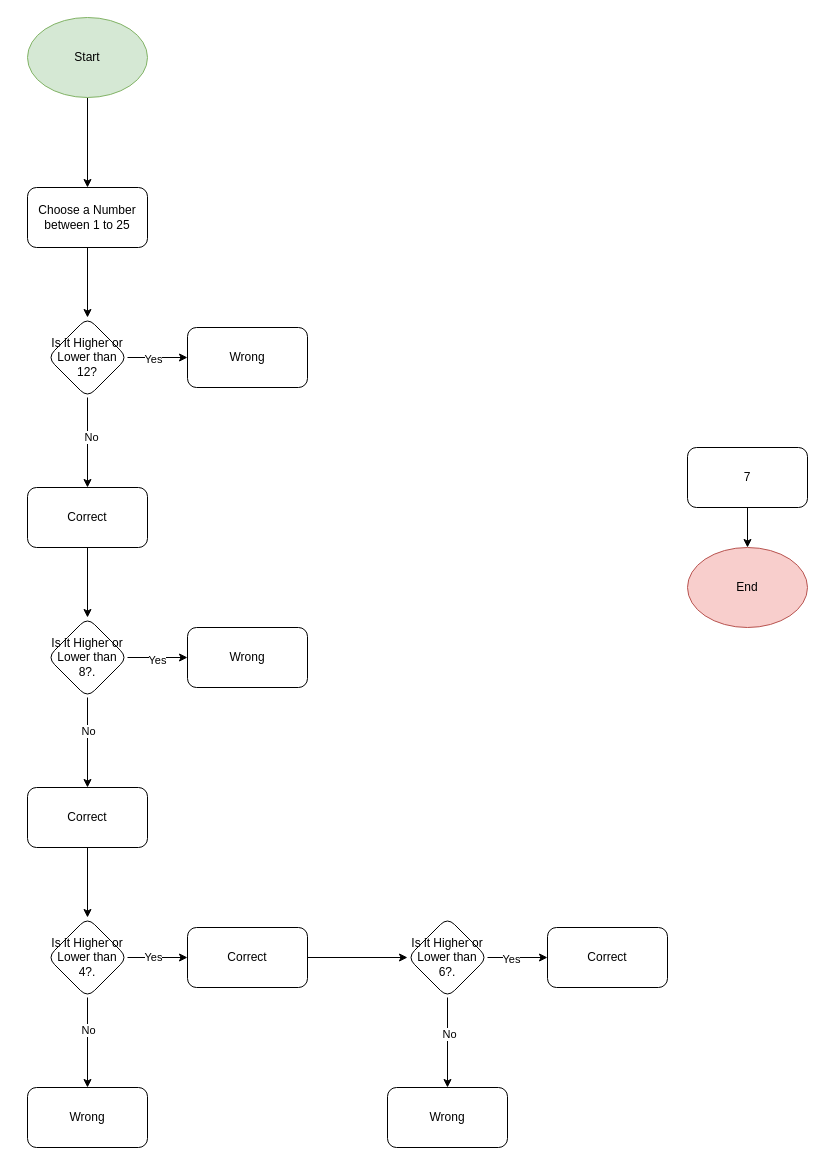
matkiai/me_and_myself keeps this draw.io diagram as Binary Search Process Diagram.drawio. Above is the earlier version. Source tidied: cells renumbered, new cells numbered last; positions are measured from the earlier drawing's top-left corner, leaving out a move shared by most shapes. Both pictures are drawn from the tidied source at 100%, with x=0, y=0 at pixel (27, 17).
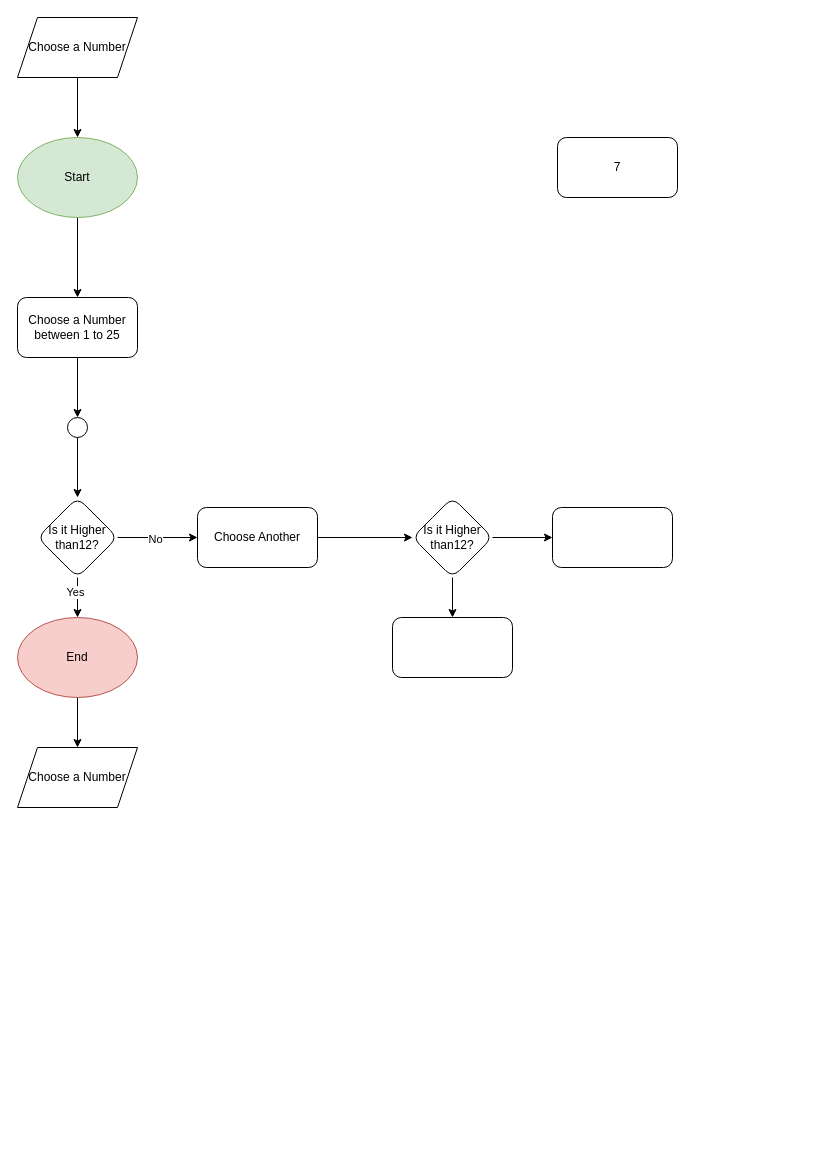
Above is the later version.

Diff of the diagram source:
```diff
@@
     <mxCell id="3" value="Start" style="ellipse;whiteSpace=wrap;html=1;fillColor=#d5e8d4;strokeColor=#82b366;" parent="1" vertex="1">
-      <mxGeometry width="120" height="80" as="geometry" />
+      <mxGeometry x="-10" y="120" width="120" height="80" as="geometry" />
     </mxCell>
-    <mxCell id="4" style="edgeStyle=orthogonalEdgeStyle;rounded=0;jettySize=auto;html=1;" parent="1" edge="1" source="5" target="13">
-      <mxGeometry relative="1" as="geometry" />
-    </mxCell>
+    <mxCell id="40" style="edgeStyle=orthogonalEdgeStyle;rounded=0;jettySize=auto;html=1;" parent="1" edge="1" source="5" target="43">
+      <mxGeometry relative="1" as="geometry" />
+    </mxCell>
     <mxCell id="5" value="Choose a Number between 1 to 25" style="rounded=1;whiteSpace=wrap;html=1;" parent="1" vertex="1">
-      <mxGeometry y="170" width="120" height="60" as="geometry" />
+      <mxGeometry x="-10" y="280" width="120" height="60" as="geometry" />
     </mxCell>
-    <mxCell id="6" style="edgeStyle=orthogonalEdgeStyle;rounded=0;jettySize=auto;html=1;" parent="1" edge="1" source="7" target="8">
-      <mxGeometry relative="1" as="geometry" />
-    </mxCell>
     <mxCell id="7" value="7" style="rounded=1;whiteSpace=wrap;html=1;" parent="1" vertex="1">
-      <mxGeometry x="660" y="430" width="120" height="60" as="geometry" />
+      <mxGeometry x="530" y="120" width="120" height="60" as="geometry" />
     </mxCell>
+    <mxCell id="41" style="edgeStyle=orthogonalEdgeStyle;rounded=0;jettySize=auto;html=1;" parent="1" edge="1" source="8" target="56">
+      <mxGeometry relative="1" as="geometry" />
+    </mxCell>
     <mxCell id="8" value="End" style="ellipse;whiteSpace=wrap;html=1;fillColor=#f8cecc;strokeColor=#b85450;" parent="1" vertex="1">
-      <mxGeometry x="660" y="530" width="120" height="80" as="geometry" />
+      <mxGeometry x="-10" y="600" width="120" height="80" as="geometry" />
     </mxCell>
-    <mxCell id="9" style="edgeStyle=orthogonalEdgeStyle;rounded=0;jettySize=auto;html=1;" parent="1" edge="1" source="13" target="14">
-      <mxGeometry relative="1" as="geometry" />
-    </mxCell>
-    <mxCell id="10" value="Yes" style="edgeLabel;html=1;align=center;verticalAlign=middle;" parent="9" vertex="1">
-      <mxGeometry x="-0.17" y="-1" relative="1" as="geometry" />
-    </mxCell>
-    <mxCell id="11" style="edgeStyle=orthogonalEdgeStyle;rounded=0;jettySize=auto;html=1;" parent="1" edge="1" source="13" target="16">
-      <mxGeometry relative="1" as="geometry" />
-    </mxCell>
-    <mxCell id="12" value="No" style="edgeLabel;html=1;align=center;verticalAlign=middle;" parent="11" vertex="1">
-      <mxGeometry x="-0.13" y="3" relative="1" as="geometry" />
-    </mxCell>
-    <mxCell id="13" value="Is it Higher or Lower than 12?" style="rhombus;whiteSpace=wrap;html=1;rounded=1;" parent="1" vertex="1">
-      <mxGeometry x="20" y="300" width="80" height="80" as="geometry" />
-    </mxCell>
-    <mxCell id="14" value="Wrong" style="whiteSpace=wrap;html=1;rounded=1;" parent="1" vertex="1">
-      <mxGeometry x="160" y="310" width="120" height="60" as="geometry" />
-    </mxCell>
-    <mxCell id="15" style="edgeStyle=orthogonalEdgeStyle;rounded=0;jettySize=auto;html=1;" parent="1" edge="1" source="16" target="21">
-      <mxGeometry relative="1" as="geometry" />
-    </mxCell>
-    <mxCell id="16" value="Correct" style="rounded=1;whiteSpace=wrap;html=1;" parent="1" vertex="1">
-      <mxGeometry y="470" width="120" height="60" as="geometry" />
-    </mxCell>
-    <mxCell id="17" style="edgeStyle=orthogonalEdgeStyle;rounded=0;jettySize=auto;html=1;" parent="1" edge="1" source="21" target="22">
-      <mxGeometry relative="1" as="geometry" />
-    </mxCell>
-    <mxCell id="18" value="Yes" style="edgeLabel;html=1;align=center;verticalAlign=middle;" parent="17" vertex="1">
-      <mxGeometry x="-0.03" y="-2" relative="1" as="geometry" />
-    </mxCell>
-    <mxCell id="19" style="edgeStyle=orthogonalEdgeStyle;rounded=0;jettySize=auto;html=1;" parent="1" edge="1" source="21" target="24">
-      <mxGeometry relative="1" as="geometry" />
-    </mxCell>
-    <mxCell id="20" value="No" style="edgeLabel;html=1;align=center;verticalAlign=middle;" parent="19" vertex="1">
-      <mxGeometry x="-0.27" relative="1" as="geometry" />
-    </mxCell>
-    <mxCell id="21" value="Is it Higher or Lower than 8?." style="rhombus;whiteSpace=wrap;html=1;rounded=1;" parent="1" vertex="1">
-      <mxGeometry x="20" y="600" width="80" height="80" as="geometry" />
-    </mxCell>
-    <mxCell id="22" value="Wrong" style="whiteSpace=wrap;html=1;rounded=1;" parent="1" vertex="1">
-      <mxGeometry x="160" y="610" width="120" height="60" as="geometry" />
-    </mxCell>
-    <mxCell id="23" style="edgeStyle=orthogonalEdgeStyle;rounded=0;jettySize=auto;html=1;" parent="1" edge="1" source="24" target="29">
-      <mxGeometry relative="1" as="geometry" />
-    </mxCell>
-    <mxCell id="24" value="Correct" style="rounded=1;whiteSpace=wrap;html=1;" parent="1" vertex="1">
-      <mxGeometry y="770" width="120" height="60" as="geometry" />
-    </mxCell>
-    <mxCell id="25" style="edgeStyle=orthogonalEdgeStyle;rounded=0;jettySize=auto;html=1;" parent="1" edge="1" source="29" target="31">
-      <mxGeometry relative="1" as="geometry" />
-    </mxCell>
-    <mxCell id="26" value="Yes" style="edgeLabel;html=1;align=center;verticalAlign=middle;" parent="25" vertex="1">
-      <mxGeometry x="-0.17" y="1" relative="1" as="geometry" />
-    </mxCell>
-    <mxCell id="27" style="edgeStyle=orthogonalEdgeStyle;rounded=0;jettySize=auto;html=1;" parent="1" edge="1" source="29" target="32">
-      <mxGeometry relative="1" as="geometry" />
-    </mxCell>
-    <mxCell id="28" value="No" style="edgeLabel;html=1;align=center;verticalAlign=middle;" parent="27" vertex="1">
-      <mxGeometry x="-0.29" relative="1" as="geometry" />
-    </mxCell>
-    <mxCell id="29" value="Is it Higher or Lower than 4?." style="rhombus;whiteSpace=wrap;html=1;rounded=1;" parent="1" vertex="1">
-      <mxGeometry x="20" y="900" width="80" height="80" as="geometry" />
-    </mxCell>
-    <mxCell id="30" style="edgeStyle=orthogonalEdgeStyle;rounded=0;jettySize=auto;html=1;" parent="1" edge="1" source="31" target="37">
-      <mxGeometry relative="1" as="geometry" />
-    </mxCell>
-    <mxCell id="31" value="Correct" style="whiteSpace=wrap;html=1;rounded=1;" parent="1" vertex="1">
-      <mxGeometry x="160" y="910" width="120" height="60" as="geometry" />
-    </mxCell>
-    <mxCell id="32" value="Wrong" style="rounded=1;whiteSpace=wrap;html=1;" parent="1" vertex="1">
-      <mxGeometry y="1070" width="120" height="60" as="geometry" />
-    </mxCell>
-    <mxCell id="33" style="edgeStyle=orthogonalEdgeStyle;rounded=0;jettySize=auto;html=1;" parent="1" edge="1" source="37" target="38">
-      <mxGeometry relative="1" as="geometry" />
-    </mxCell>
-    <mxCell id="34" value="No" style="edgeLabel;html=1;align=center;verticalAlign=middle;" parent="33" vertex="1">
-      <mxGeometry x="-0.2" y="1" relative="1" as="geometry" />
-    </mxCell>
-    <mxCell id="35" style="edgeStyle=orthogonalEdgeStyle;rounded=0;jettySize=auto;html=1;" parent="1" edge="1" source="37" target="39">
-      <mxGeometry relative="1" as="geometry" />
-    </mxCell>
-    <mxCell id="36" value="Yes" style="edgeLabel;html=1;align=center;verticalAlign=middle;" parent="35" vertex="1">
-      <mxGeometry x="-0.23" y="-1" relative="1" as="geometry" />
-    </mxCell>
-    <mxCell id="37" value="Is it Higher or Lower than 6?." style="rhombus;whiteSpace=wrap;html=1;rounded=1;" parent="1" vertex="1">
-      <mxGeometry x="380" y="900" width="80" height="80" as="geometry" />
-    </mxCell>
-    <mxCell id="38" value="Wrong" style="rounded=1;whiteSpace=wrap;html=1;" parent="1" vertex="1">
-      <mxGeometry x="360" y="1070" width="120" height="60" as="geometry" />
-    </mxCell>
-    <mxCell id="39" value="Correct" style="whiteSpace=wrap;html=1;rounded=1;" parent="1" vertex="1">
-      <mxGeometry x="520" y="910" width="120" height="60" as="geometry" />
-    </mxCell>
+    <mxCell id="42" style="edgeStyle=orthogonalEdgeStyle;rounded=0;jettySize=auto;html=1;" parent="1" edge="1" source="43" target="48">
+      <mxGeometry relative="1" as="geometry" />
+    </mxCell>
+    <mxCell id="43" style="ellipse;whiteSpace=wrap;html=1;rounded=1;" parent="1" vertex="1">
+      <mxGeometry x="40" y="400" width="20" height="20" as="geometry" />
+    </mxCell>
+    <mxCell id="44" style="edgeStyle=orthogonalEdgeStyle;rounded=0;jettySize=auto;html=1;" parent="1" edge="1" source="48" target="50">
+      <mxGeometry relative="1" as="geometry" />
+    </mxCell>
+    <mxCell id="45" value="No" style="edgeLabel;html=1;align=center;verticalAlign=middle;" parent="44" vertex="1">
+      <mxGeometry x="-0.07" y="-1" relative="1" as="geometry" />
+    </mxCell>
+    <mxCell id="46" style="edgeStyle=orthogonalEdgeStyle;rounded=0;jettySize=auto;html=1;entryX=0.5;entryY=0;entryDx=0;entryDy=0;" parent="1" edge="1" source="48" target="8">
+      <mxGeometry relative="1" as="geometry" />
+    </mxCell>
+    <mxCell id="47" value="Yes" style="edgeLabel;html=1;align=center;verticalAlign=middle;" parent="46" vertex="1">
+      <mxGeometry x="-0.29" y="-3" relative="1" as="geometry" />
+    </mxCell>
+    <mxCell id="48" value="Is it Higher than12?" style="rhombus;whiteSpace=wrap;html=1;rounded=1;" parent="1" vertex="1">
+      <mxGeometry x="10" y="480" width="80" height="80" as="geometry" />
+    </mxCell>
+    <mxCell id="49" style="edgeStyle=orthogonalEdgeStyle;rounded=0;jettySize=auto;html=1;" parent="1" edge="1" source="50" target="53">
+      <mxGeometry relative="1" as="geometry" />
+    </mxCell>
+    <mxCell id="50" value="Choose Another" style="whiteSpace=wrap;html=1;rounded=1;" parent="1" vertex="1">
+      <mxGeometry x="170" y="490" width="120" height="60" as="geometry" />
+    </mxCell>
+    <mxCell id="51" style="edgeStyle=orthogonalEdgeStyle;rounded=0;jettySize=auto;html=1;" parent="1" edge="1" source="53" target="57">
+      <mxGeometry relative="1" as="geometry" />
+    </mxCell>
+    <mxCell id="52" style="edgeStyle=orthogonalEdgeStyle;rounded=0;jettySize=auto;html=1;" parent="1" edge="1" source="53" target="58">
+      <mxGeometry relative="1" as="geometry" />
+    </mxCell>
+    <mxCell id="53" value="Is it Higher than12?" style="rhombus;whiteSpace=wrap;html=1;rounded=1;" parent="1" vertex="1">
+      <mxGeometry x="385" y="480" width="80" height="80" as="geometry" />
+    </mxCell>
+    <mxCell id="54" style="edgeStyle=orthogonalEdgeStyle;rounded=0;jettySize=auto;html=1;" parent="1" edge="1" source="55" target="3">
+      <mxGeometry relative="1" as="geometry" />
+    </mxCell>
+    <mxCell id="55" value="Choose a Number" style="shape=parallelogram;perimeter=parallelogramPerimeter;whiteSpace=wrap;html=1;fixedSize=1;" parent="1" vertex="1">
+      <mxGeometry x="-10" width="120" height="60" as="geometry" />
+    </mxCell>
+    <mxCell id="56" value="Choose a Number" style="shape=parallelogram;perimeter=parallelogramPerimeter;whiteSpace=wrap;html=1;fixedSize=1;" parent="1" vertex="1">
+      <mxGeometry x="-10" y="730" width="120" height="60" as="geometry" />
+    </mxCell>
+    <mxCell id="57" style="whiteSpace=wrap;html=1;rounded=1;" parent="1" vertex="1">
+      <mxGeometry x="365" y="600" width="120" height="60" as="geometry" />
+    </mxCell>
+    <mxCell id="58" style="whiteSpace=wrap;html=1;rounded=1;" parent="1" vertex="1">
+      <mxGeometry x="525" y="490" width="120" height="60" as="geometry" />
+    </mxCell>
```
